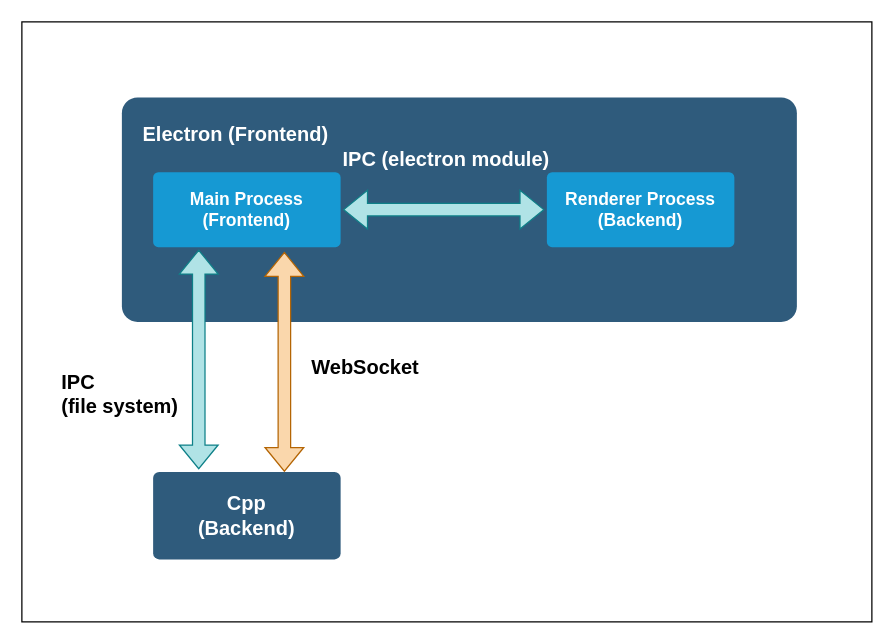
This is ipc.drawio from jjunbass89/Paper, a draw.io file, before an edit. Source tidied: cells renumbered, new cells numbered last; positions are measured from the earlier drawing's top-left corner, leaving out a move shared by most shapes. Both pictures are drawn from the tidied source at 125%, with x=0, y=0 at pixel (21, 21).
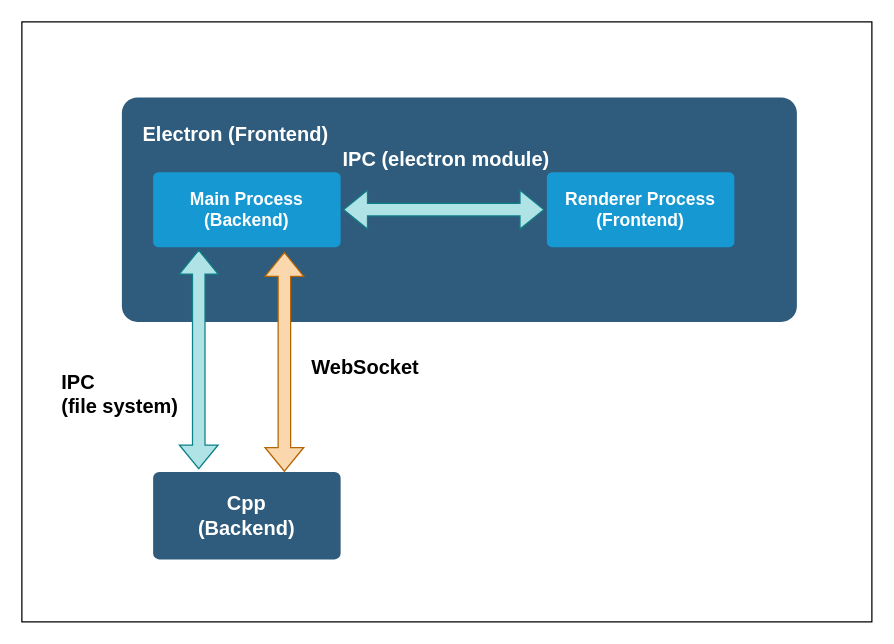
After the change.

Diff of the diagram source:
```diff
@@
 <mxGraphModel>
   <root>
     <mxCell id="0" />
     <mxCell id="1" parent="0" />
     <mxCell id="2" style="rounded=0;whiteSpace=wrap;html=1;" parent="1" vertex="1">
       <mxGeometry width="680" height="480" as="geometry" />
     </mxCell>
     <mxCell id="3" style="rounded=1;whiteSpace=wrap;html=1;shadow=0;labelBackgroundColor=none;strokeColor=none;strokeWidth=3;fillColor=#2F5B7C;fontFamily=Helvetica;fontSize=16;fontColor=#FFFFFF;align=center;fontStyle=1;spacing=5;arcSize=7;perimeterSpacing=2;" parent="1" vertex="1">
       <mxGeometry x="80" y="60.5" width="540" height="179.5" as="geometry" />
     </mxCell>
-    <mxCell id="4" value="Main Process&lt;div&gt;(Frontend)&lt;/div&gt;" style="rounded=1;whiteSpace=wrap;html=1;shadow=0;labelBackgroundColor=none;strokeColor=none;strokeWidth=3;fillColor=#1699d3;fontFamily=Helvetica;fontSize=14;fontColor=#FFFFFF;align=center;spacing=5;fontStyle=1;arcSize=7;perimeterSpacing=2;" parent="1" vertex="1">
+    <mxCell id="4" value="Main Process&lt;div&gt;(Backend)&lt;/div&gt;" style="rounded=1;whiteSpace=wrap;html=1;shadow=0;labelBackgroundColor=none;strokeColor=none;strokeWidth=3;fillColor=#1699d3;fontFamily=Helvetica;fontSize=14;fontColor=#FFFFFF;align=center;spacing=5;fontStyle=1;arcSize=7;perimeterSpacing=2;" parent="1" vertex="1">
       <mxGeometry x="105" y="120.2" width="150" height="60" as="geometry" />
     </mxCell>
-    <mxCell id="5" value="Renderer Process&lt;div&gt;(Backend)&lt;/div&gt;" style="rounded=1;whiteSpace=wrap;html=1;shadow=0;labelBackgroundColor=none;strokeColor=none;strokeWidth=3;fillColor=#1699d3;fontFamily=Helvetica;fontSize=14;fontColor=#FFFFFF;align=center;spacing=5;fontStyle=1;arcSize=7;perimeterSpacing=2;" parent="1" vertex="1">
+    <mxCell id="5" value="Renderer Process&lt;div&gt;(Frontend)&lt;/div&gt;" style="rounded=1;whiteSpace=wrap;html=1;shadow=0;labelBackgroundColor=none;strokeColor=none;strokeWidth=3;fillColor=#1699d3;fontFamily=Helvetica;fontSize=14;fontColor=#FFFFFF;align=center;spacing=5;fontStyle=1;arcSize=7;perimeterSpacing=2;" parent="1" vertex="1">
       <mxGeometry x="420" y="120.2" width="150" height="60" as="geometry" />
     </mxCell>
     <mxCell id="6" value="Cpp&lt;div&gt;(Backend)&lt;/div&gt;" style="rounded=1;whiteSpace=wrap;html=1;shadow=0;labelBackgroundColor=none;strokeColor=none;strokeWidth=3;fillColor=#2F5B7C;fontFamily=Helvetica;fontSize=16;fontColor=#FFFFFF;align=center;fontStyle=1;spacing=5;arcSize=7;perimeterSpacing=2;" parent="1" vertex="1">
       <mxGeometry x="105" y="360" width="150" height="70" as="geometry" />
     </mxCell>
     <mxCell id="7" value="&lt;span style=&quot;font-family: Helvetica; font-size: 16px; font-style: normal; font-variant-ligatures: normal; font-variant-caps: normal; font-weight: 700; letter-spacing: normal; orphans: 2; text-align: center; text-indent: 0px; text-transform: none; widows: 2; word-spacing: 0px; -webkit-text-stroke-width: 0px; white-space: normal; text-decoration-thickness: initial; text-decoration-style: initial; text-decoration-color: initial; float: none; display: inline !important;&quot;&gt;Electron (Frontend)&lt;/span&gt;" style="text;whiteSpace=wrap;html=1;fillColor=none;labelBackgroundColor=none;fontColor=#FFFFFF;" parent="1" vertex="1">
       <mxGeometry x="95" y="74" width="155" height="40" as="geometry" />
     </mxCell>
     <mxCell id="8" style="shape=flexArrow;endArrow=classic;startArrow=classic;html=1;rounded=0;entryX=0;entryY=0.5;entryDx=0;entryDy=0;fillColor=#b0e3e6;strokeColor=#0e8088;" parent="1" edge="1" source="4" target="5">
       <mxGeometry relative="1" as="geometry" />
     </mxCell>
     <mxCell id="9" style="shape=flexArrow;endArrow=classic;startArrow=classic;html=1;rounded=0;entryX=0.25;entryY=0;entryDx=0;entryDy=0;exitX=0.25;exitY=1;exitDx=0;exitDy=0;fillColor=#b0e3e6;strokeColor=#0e8088;" parent="1" edge="1" source="4" target="6">
       <mxGeometry relative="1" as="geometry" />
     </mxCell>
     <mxCell id="10" style="shape=flexArrow;endArrow=classic;startArrow=classic;html=1;rounded=0;entryX=0.25;entryY=0;entryDx=0;entryDy=0;exitX=0.25;exitY=1;exitDx=0;exitDy=0;fillColor=#fad7ac;strokeColor=#b46504;" parent="1" edge="1">
       <mxGeometry relative="1" as="geometry">
         <mxPoint x="210" y="184" as="sourcePoint" />
         <mxPoint x="210" y="360" as="targetPoint" />
       </mxGeometry>
     </mxCell>
     <mxCell id="11" value="&lt;span style=&quot;font-family: Helvetica; font-size: 16px; font-style: normal; font-variant-ligatures: normal; font-variant-caps: normal; font-weight: 700; letter-spacing: normal; orphans: 2; text-align: center; text-indent: 0px; text-transform: none; widows: 2; word-spacing: 0px; -webkit-text-stroke-width: 0px; white-space: normal; text-decoration-thickness: initial; text-decoration-style: initial; text-decoration-color: initial; float: none; display: inline !important;&quot;&gt;IPC (electron module)&lt;/span&gt;" style="text;whiteSpace=wrap;html=1;fillColor=none;labelBackgroundColor=none;fontColor=#FFFFFF;" parent="1" vertex="1">
       <mxGeometry x="255" y="94" width="170" height="40" as="geometry" />
     </mxCell>
     <mxCell id="12" value="&lt;span style=&quot;font-family: Helvetica; font-size: 16px; font-style: normal; font-variant-ligatures: normal; font-variant-caps: normal; font-weight: 700; letter-spacing: normal; orphans: 2; text-align: center; text-indent: 0px; text-transform: none; widows: 2; word-spacing: 0px; -webkit-text-stroke-width: 0px; white-space: normal; text-decoration-thickness: initial; text-decoration-style: initial; text-decoration-color: initial; float: none; display: inline !important;&quot;&gt;IPC&lt;/span&gt;&lt;div&gt;&lt;span style=&quot;font-family: Helvetica; font-size: 16px; font-style: normal; font-variant-ligatures: normal; font-variant-caps: normal; font-weight: 700; letter-spacing: normal; orphans: 2; text-align: center; text-indent: 0px; text-transform: none; widows: 2; word-spacing: 0px; -webkit-text-stroke-width: 0px; white-space: normal; text-decoration-thickness: initial; text-decoration-style: initial; text-decoration-color: initial; float: none; display: inline !important;&quot;&gt;(file system)&lt;/span&gt;&lt;/div&gt;&lt;div&gt;&lt;span style=&quot;font-family: Helvetica; font-size: 16px; font-style: normal; font-variant-ligatures: normal; font-variant-caps: normal; font-weight: 700; letter-spacing: normal; orphans: 2; text-align: center; text-indent: 0px; text-transform: none; widows: 2; word-spacing: 0px; -webkit-text-stroke-width: 0px; white-space: normal; text-decoration-thickness: initial; text-decoration-style: initial; text-decoration-color: initial; float: none; display: inline !important;&quot;&gt;&lt;br&gt;&lt;/span&gt;&lt;/div&gt;" style="text;whiteSpace=wrap;html=1;fillColor=none;labelBackgroundColor=none;fontColor=#000000;" parent="1" vertex="1">
       <mxGeometry x="30" y="272" width="100" height="40" as="geometry" />
     </mxCell>
     <mxCell id="13" value="&lt;span style=&quot;font-family: Helvetica; font-size: 16px; font-style: normal; font-variant-ligatures: normal; font-variant-caps: normal; font-weight: 700; letter-spacing: normal; orphans: 2; text-align: center; text-indent: 0px; text-transform: none; widows: 2; word-spacing: 0px; -webkit-text-stroke-width: 0px; white-space: normal; text-decoration-thickness: initial; text-decoration-style: initial; text-decoration-color: initial; float: none; display: inline !important;&quot;&gt;WebSocket&lt;/span&gt;" style="text;whiteSpace=wrap;html=1;fillColor=none;labelBackgroundColor=none;fontColor=#000000;" parent="1" vertex="1">
       <mxGeometry x="230" y="260" width="100" height="40" as="geometry" />
     </mxCell>
   </root>
 </mxGraphModel>
```
